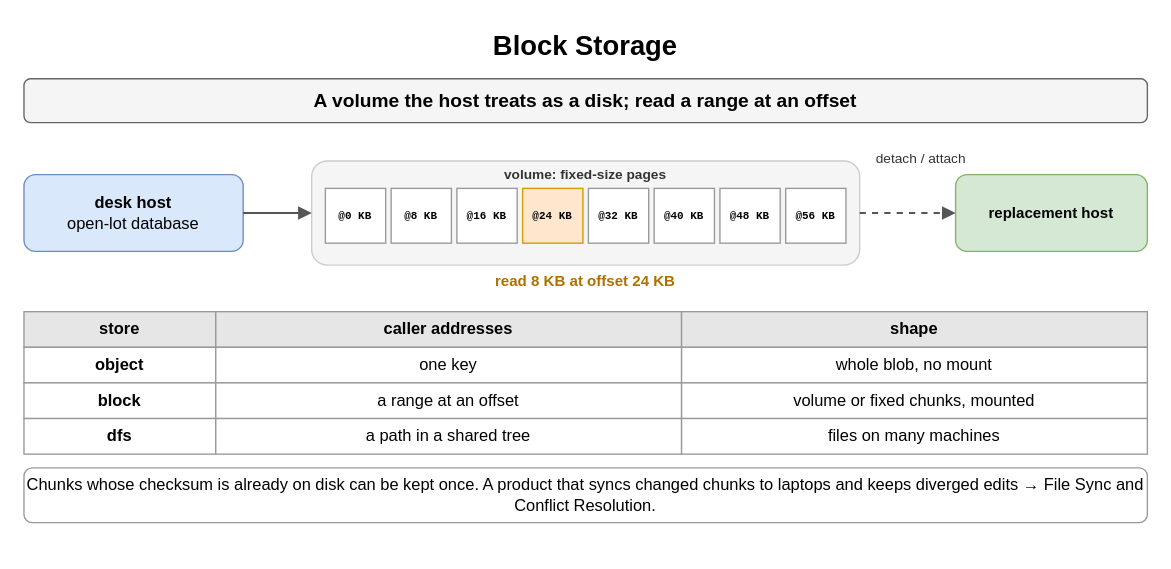
Before: page "Block Storage" (2 of 10) of content/09_System_Design_Interview/13_Storage_and_Data_Processing_at_Scale/diagrams/storage-processing.drawio in amendez13/swe-study-guide, a draw.io diagram. Source tidied: cells renumbered, new cells numbered last; positions are measured from the earlier drawing's top-left corner, leaving out a move shared by most shapes. Both pictures are drawn from the tidied source at 137%, with x=0, y=0 at pixel (23, 23).
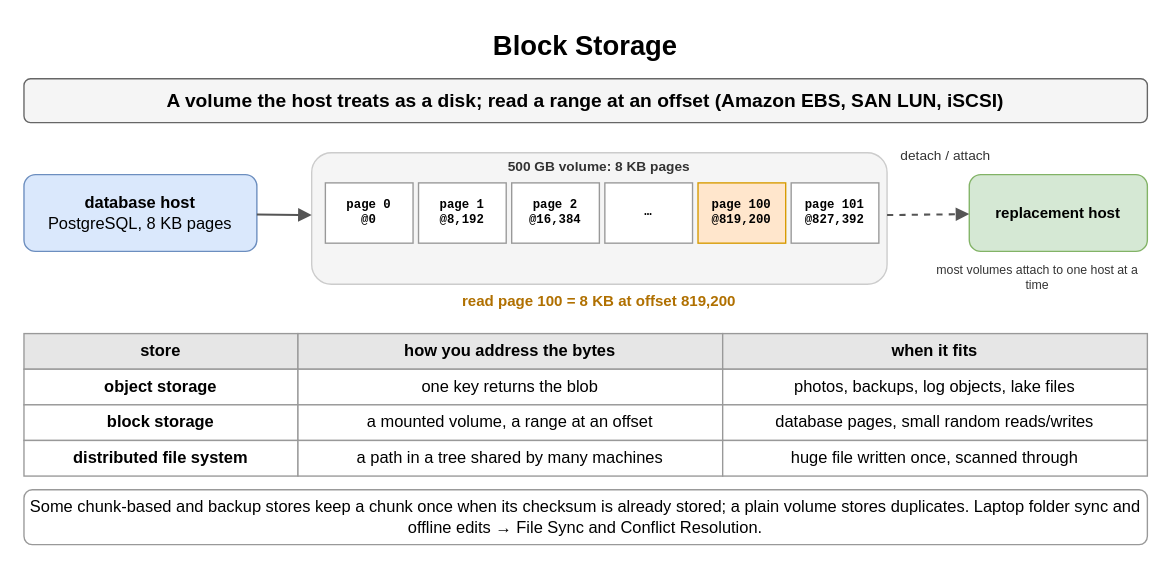
The same page after the edit.

Diff of the diagram source:
```diff
@@
-    <mxCell id="3" value="A volume the host treats as a disk; read a range at an offset" style="rounded=1;whiteSpace=wrap;html=1;fillColor=#f5f5f5;strokeColor=#666666;fontStyle=1;fontSize=14;" parent="1" vertex="1">
+    <mxCell id="3" value="A volume the host treats as a disk; read a range at an offset (Amazon EBS, SAN LUN, iSCSI)" style="rounded=1;whiteSpace=wrap;html=1;fillColor=#f5f5f5;strokeColor=#666666;fontStyle=1;fontSize=14;" parent="1" vertex="1">
       <mxGeometry y="40" width="820" height="32" as="geometry" />
     </mxCell>
-    <mxCell id="4" value="desk host&lt;br&gt;&lt;span style='font-weight:normal'&gt;open-lot database&lt;/span&gt;" style="rounded=1;whiteSpace=wrap;html=1;fillColor=#dae8fc;strokeColor=#6c8ebf;fontSize=12;align=center;fontStyle=1;" parent="1" vertex="1">
-      <mxGeometry y="110" width="160" height="56" as="geometry" />
+    <mxCell id="4" value="database host&lt;br&gt;&lt;span style='font-weight:normal'&gt;PostgreSQL, 8 KB pages&lt;/span&gt;" style="rounded=1;whiteSpace=wrap;html=1;fillColor=#dae8fc;strokeColor=#6c8ebf;fontSize=12;align=center;fontStyle=1;" parent="1" vertex="1">
+      <mxGeometry y="110" width="170" height="56" as="geometry" />
     </mxCell>
     <mxCell id="5" style="rounded=1;whiteSpace=wrap;html=1;fillColor=#f5f5f5;strokeColor=#cccccc;fontSize=12;align=center;fontStyle=1;fontColor=#aaaaaa;" parent="1" vertex="1">
-      <mxGeometry x="210" y="100" width="400" height="76" as="geometry" />
+      <mxGeometry x="210" y="94" width="420" height="96" as="geometry" />
     </mxCell>
-    <mxCell id="6" value="@0 KB" style="rounded=0;whiteSpace=wrap;html=1;fontFamily=Courier New;fontStyle=1;fontSize=13;fillColor=#ffffff;strokeColor=#999999;fontSize=8;" parent="1" vertex="1">
-      <mxGeometry x="220" y="120" width="44" height="40" as="geometry" />
+    <mxCell id="6" value="500 GB volume: 8 KB pages" style="text;html=1;whiteSpace=wrap;fontSize=11;align=center;verticalAlign=middle;fontSize=10;fontColor=#333333;fontStyle=1;" parent="1" vertex="1">
+      <mxGeometry x="210" y="96" width="420" height="16" as="geometry" />
     </mxCell>
-    <mxCell id="7" value="@8 KB" style="rounded=0;whiteSpace=wrap;html=1;fontFamily=Courier New;fontStyle=1;fontSize=13;fillColor=#ffffff;strokeColor=#999999;fontSize=8;" parent="1" vertex="1">
-      <mxGeometry x="268" y="120" width="44" height="40" as="geometry" />
+    <mxCell id="7" value="page 0&lt;br&gt;@0" style="rounded=0;whiteSpace=wrap;html=1;fontFamily=Courier New;fontStyle=1;fontSize=13;fillColor=#ffffff;strokeColor=#999999;fontSize=9;" parent="1" vertex="1">
+      <mxGeometry x="220" y="116" width="64" height="44" as="geometry" />
     </mxCell>
-    <mxCell id="8" value="@16 KB" style="rounded=0;whiteSpace=wrap;html=1;fontFamily=Courier New;fontStyle=1;fontSize=13;fillColor=#ffffff;strokeColor=#999999;fontSize=8;" parent="1" vertex="1">
-      <mxGeometry x="316" y="120" width="44" height="40" as="geometry" />
+    <mxCell id="8" value="page 1&lt;br&gt;@8,192" style="rounded=0;whiteSpace=wrap;html=1;fontFamily=Courier New;fontStyle=1;fontSize=13;fillColor=#ffffff;strokeColor=#999999;fontSize=9;" parent="1" vertex="1">
+      <mxGeometry x="288" y="116" width="64" height="44" as="geometry" />
     </mxCell>
-    <mxCell id="9" value="@24 KB" style="rounded=0;whiteSpace=wrap;html=1;fontFamily=Courier New;fontStyle=1;fontSize=13;fillColor=#ffe6cc;strokeColor=#d79b00;fontSize=8;" parent="1" vertex="1">
-      <mxGeometry x="364" y="120" width="44" height="40" as="geometry" />
+    <mxCell id="9" value="page 2&lt;br&gt;@16,384" style="rounded=0;whiteSpace=wrap;html=1;fontFamily=Courier New;fontStyle=1;fontSize=13;fillColor=#ffffff;strokeColor=#999999;fontSize=9;" parent="1" vertex="1">
+      <mxGeometry x="356" y="116" width="64" height="44" as="geometry" />
     </mxCell>
-    <mxCell id="10" value="@32 KB" style="rounded=0;whiteSpace=wrap;html=1;fontFamily=Courier New;fontStyle=1;fontSize=13;fillColor=#ffffff;strokeColor=#999999;fontSize=8;" parent="1" vertex="1">
-      <mxGeometry x="412" y="120" width="44" height="40" as="geometry" />
+    <mxCell id="10" value="…" style="rounded=0;whiteSpace=wrap;html=1;fontFamily=Courier New;fontStyle=1;fontSize=13;fillColor=#ffffff;strokeColor=#999999;fontSize=9;" parent="1" vertex="1">
+      <mxGeometry x="424" y="116" width="64" height="44" as="geometry" />
     </mxCell>
-    <mxCell id="11" value="@40 KB" style="rounded=0;whiteSpace=wrap;html=1;fontFamily=Courier New;fontStyle=1;fontSize=13;fillColor=#ffffff;strokeColor=#999999;fontSize=8;" parent="1" vertex="1">
-      <mxGeometry x="460" y="120" width="44" height="40" as="geometry" />
+    <mxCell id="11" value="page 100&lt;br&gt;@819,200" style="rounded=0;whiteSpace=wrap;html=1;fontFamily=Courier New;fontStyle=1;fontSize=13;fillColor=#ffe6cc;strokeColor=#d79b00;fontSize=9;" parent="1" vertex="1">
+      <mxGeometry x="492" y="116" width="64" height="44" as="geometry" />
     </mxCell>
-    <mxCell id="12" value="@48 KB" style="rounded=0;whiteSpace=wrap;html=1;fontFamily=Courier New;fontStyle=1;fontSize=13;fillColor=#ffffff;strokeColor=#999999;fontSize=8;" parent="1" vertex="1">
-      <mxGeometry x="508" y="120" width="44" height="40" as="geometry" />
+    <mxCell id="12" value="page 101&lt;br&gt;@827,392" style="rounded=0;whiteSpace=wrap;html=1;fontFamily=Courier New;fontStyle=1;fontSize=13;fillColor=#ffffff;strokeColor=#999999;fontSize=9;" parent="1" vertex="1">
+      <mxGeometry x="560" y="116" width="64" height="44" as="geometry" />
     </mxCell>
-    <mxCell id="13" value="@56 KB" style="rounded=0;whiteSpace=wrap;html=1;fontFamily=Courier New;fontStyle=1;fontSize=13;fillColor=#ffffff;strokeColor=#999999;fontSize=8;" parent="1" vertex="1">
-      <mxGeometry x="556" y="120" width="44" height="40" as="geometry" />
+    <mxCell id="13" style="endArrow=block;endSize=6;html=1;strokeWidth=1.5;strokeColor=#555555;fontSize=11;labelBackgroundColor=#ffffff;" parent="1" edge="1" source="4" target="5">
+      <mxGeometry relative="1" as="geometry" />
     </mxCell>
-    <mxCell id="14" value="volume: fixed-size pages" style="text;html=1;whiteSpace=wrap;fontSize=11;align=center;verticalAlign=middle;fontSize=10;fontColor=#333333;fontStyle=1;" parent="1" vertex="1">
-      <mxGeometry x="210" y="102" width="400" height="16" as="geometry" />
+    <mxCell id="14" value="read page 100 = 8 KB at offset 819,200" style="text;html=1;whiteSpace=wrap;fontSize=11;align=center;verticalAlign=middle;fontSize=11;fontColor=#b07000;fontStyle=1;" parent="1" vertex="1">
+      <mxGeometry x="210" y="194" width="420" height="16" as="geometry" />
     </mxCell>
-    <mxCell id="15" style="endArrow=block;endSize=6;html=1;strokeWidth=1.5;strokeColor=#555555;fontSize=11;labelBackgroundColor=#ffffff;" parent="1" edge="1" source="4" target="5">
-      <mxGeometry relative="1" as="geometry" />
+    <mxCell id="15" value="replacement host" style="rounded=1;whiteSpace=wrap;html=1;fillColor=#d5e8d4;strokeColor=#82b366;fontSize=11;align=center;fontStyle=1;" parent="1" vertex="1">
+      <mxGeometry x="690" y="110" width="130" height="56" as="geometry" />
     </mxCell>
-    <mxCell id="16" value="read 8 KB at offset 24 KB" style="text;html=1;whiteSpace=wrap;fontSize=11;align=center;verticalAlign=middle;fontSize=11;fontColor=#b07000;fontStyle=1;" parent="1" vertex="1">
-      <mxGeometry x="210" y="180" width="400" height="16" as="geometry" />
+    <mxCell id="16" style="endArrow=block;endSize=6;html=1;strokeWidth=1.5;strokeColor=#555555;fontSize=11;labelBackgroundColor=#ffffff;dashed=1;" parent="1" edge="1" source="5" target="15">
+      <mxGeometry relative="1" as="geometry" />
     </mxCell>
-    <mxCell id="17" value="replacement host" style="rounded=1;whiteSpace=wrap;html=1;fillColor=#d5e8d4;strokeColor=#82b366;fontSize=11;align=center;fontStyle=1;" parent="1" vertex="1">
-      <mxGeometry x="680" y="110" width="140" height="56" as="geometry" />
+    <mxCell id="17" value="detach / attach" style="text;html=1;whiteSpace=wrap;fontSize=11;align=center;verticalAlign=middle;fontSize=10;fontColor=#333333;" parent="1" vertex="1">
+      <mxGeometry x="628" y="88" width="90" height="16" as="geometry" />
     </mxCell>
-    <mxCell id="18" style="endArrow=block;endSize=6;html=1;strokeWidth=1.5;strokeColor=#555555;fontSize=11;labelBackgroundColor=#ffffff;dashed=1;" parent="1" edge="1" source="5" target="17">
-      <mxGeometry relative="1" as="geometry" />
+    <mxCell id="18" value="most volumes attach to one host at a time" style="text;html=1;whiteSpace=wrap;fontSize=11;align=center;verticalAlign=middle;fontSize=9;fontColor=#333333;" parent="1" vertex="1">
+      <mxGeometry x="660" y="170" width="160" height="30" as="geometry" />
     </mxCell>
-    <mxCell id="19" value="detach / attach" style="text;html=1;whiteSpace=wrap;fontSize=11;align=center;verticalAlign=middle;fontSize=10;fontColor=#333333;" parent="1" vertex="1">
-      <mxGeometry x="610" y="90" width="90" height="16" as="geometry" />
+    <mxCell id="19" value="store" style="whiteSpace=wrap;html=1;fillColor=#e6e6e6;strokeColor=#999999;fontStyle=1;fontSize=12;" parent="1" vertex="1">
+      <mxGeometry y="226" width="200" height="26" as="geometry" />
     </mxCell>
-    <mxCell id="20" value="store" style="whiteSpace=wrap;html=1;fillColor=#e6e6e6;strokeColor=#999999;fontStyle=1;fontSize=12;" parent="1" vertex="1">
-      <mxGeometry y="210" width="140" height="26" as="geometry" />
+    <mxCell id="20" value="how you address the bytes" style="whiteSpace=wrap;html=1;fillColor=#e6e6e6;strokeColor=#999999;fontStyle=1;fontSize=12;" parent="1" vertex="1">
+      <mxGeometry x="200" y="226" width="310" height="26" as="geometry" />
     </mxCell>
-    <mxCell id="21" value="caller addresses" style="whiteSpace=wrap;html=1;fillColor=#e6e6e6;strokeColor=#999999;fontStyle=1;fontSize=12;" parent="1" vertex="1">
-      <mxGeometry x="140" y="210" width="340" height="26" as="geometry" />
+    <mxCell id="21" value="when it fits" style="whiteSpace=wrap;html=1;fillColor=#e6e6e6;strokeColor=#999999;fontStyle=1;fontSize=12;" parent="1" vertex="1">
+      <mxGeometry x="510" y="226" width="310" height="26" as="geometry" />
     </mxCell>
-    <mxCell id="22" value="shape" style="whiteSpace=wrap;html=1;fillColor=#e6e6e6;strokeColor=#999999;fontStyle=1;fontSize=12;" parent="1" vertex="1">
-      <mxGeometry x="480" y="210" width="340" height="26" as="geometry" />
+    <mxCell id="22" value="object storage" style="whiteSpace=wrap;html=1;strokeColor=#999999;fontSize=12;fillColor=#ffffff;fontStyle=1;" parent="1" vertex="1">
+      <mxGeometry y="252" width="200" height="26" as="geometry" />
     </mxCell>
-    <mxCell id="23" value="object" style="whiteSpace=wrap;html=1;strokeColor=#999999;fontSize=12;fillColor=#ffffff;fontStyle=1;" parent="1" vertex="1">
-      <mxGeometry y="236" width="140" height="26" as="geometry" />
+    <mxCell id="23" value="one key returns the blob" style="whiteSpace=wrap;html=1;strokeColor=#999999;fontSize=12;fillColor=#ffffff;" parent="1" vertex="1">
+      <mxGeometry x="200" y="252" width="310" height="26" as="geometry" />
     </mxCell>
-    <mxCell id="24" value="one key" style="whiteSpace=wrap;html=1;strokeColor=#999999;fontSize=12;fillColor=#ffffff;" parent="1" vertex="1">
-      <mxGeometry x="140" y="236" width="340" height="26" as="geometry" />
+    <mxCell id="24" value="photos, backups, log objects, lake files" style="whiteSpace=wrap;html=1;strokeColor=#999999;fontSize=12;fillColor=#ffffff;" parent="1" vertex="1">
+      <mxGeometry x="510" y="252" width="310" height="26" as="geometry" />
     </mxCell>
-    <mxCell id="25" value="whole blob, no mount" style="whiteSpace=wrap;html=1;strokeColor=#999999;fontSize=12;fillColor=#ffffff;" parent="1" vertex="1">
-      <mxGeometry x="480" y="236" width="340" height="26" as="geometry" />
+    <mxCell id="25" value="block storage" style="whiteSpace=wrap;html=1;strokeColor=#999999;fontSize=12;fillColor=#ffffff;fontStyle=1;" parent="1" vertex="1">
+      <mxGeometry y="278" width="200" height="26" as="geometry" />
     </mxCell>
-    <mxCell id="26" value="block" style="whiteSpace=wrap;html=1;strokeColor=#999999;fontSize=12;fillColor=#ffffff;fontStyle=1;" parent="1" vertex="1">
-      <mxGeometry y="262" width="140" height="26" as="geometry" />
+    <mxCell id="26" value="a mounted volume, a range at an offset" style="whiteSpace=wrap;html=1;strokeColor=#999999;fontSize=12;fillColor=#ffffff;" parent="1" vertex="1">
+      <mxGeometry x="200" y="278" width="310" height="26" as="geometry" />
     </mxCell>
-    <mxCell id="27" value="a range at an offset" style="whiteSpace=wrap;html=1;strokeColor=#999999;fontSize=12;fillColor=#ffffff;" parent="1" vertex="1">
-      <mxGeometry x="140" y="262" width="340" height="26" as="geometry" />
+    <mxCell id="27" value="database pages, small random reads/writes" style="whiteSpace=wrap;html=1;strokeColor=#999999;fontSize=12;fillColor=#ffffff;" parent="1" vertex="1">
+      <mxGeometry x="510" y="278" width="310" height="26" as="geometry" />
     </mxCell>
-    <mxCell id="28" value="volume or fixed chunks, mounted" style="whiteSpace=wrap;html=1;strokeColor=#999999;fontSize=12;fillColor=#ffffff;" parent="1" vertex="1">
-      <mxGeometry x="480" y="262" width="340" height="26" as="geometry" />
+    <mxCell id="28" value="distributed file system" style="whiteSpace=wrap;html=1;strokeColor=#999999;fontSize=12;fillColor=#ffffff;fontStyle=1;" parent="1" vertex="1">
+      <mxGeometry y="304" width="200" height="26" as="geometry" />
     </mxCell>
-    <mxCell id="29" value="dfs" style="whiteSpace=wrap;html=1;strokeColor=#999999;fontSize=12;fillColor=#ffffff;fontStyle=1;" parent="1" vertex="1">
-      <mxGeometry y="288" width="140" height="26" as="geometry" />
+    <mxCell id="29" value="a path in a tree shared by many machines" style="whiteSpace=wrap;html=1;strokeColor=#999999;fontSize=12;fillColor=#ffffff;" parent="1" vertex="1">
+      <mxGeometry x="200" y="304" width="310" height="26" as="geometry" />
     </mxCell>
-    <mxCell id="30" value="a path in a shared tree" style="whiteSpace=wrap;html=1;strokeColor=#999999;fontSize=12;fillColor=#ffffff;" parent="1" vertex="1">
-      <mxGeometry x="140" y="288" width="340" height="26" as="geometry" />
+    <mxCell id="30" value="huge file written once, scanned through" style="whiteSpace=wrap;html=1;strokeColor=#999999;fontSize=12;fillColor=#ffffff;" parent="1" vertex="1">
+      <mxGeometry x="510" y="304" width="310" height="26" as="geometry" />
     </mxCell>
-    <mxCell id="31" value="files on many machines" style="whiteSpace=wrap;html=1;strokeColor=#999999;fontSize=12;fillColor=#ffffff;" parent="1" vertex="1">
-      <mxGeometry x="480" y="288" width="340" height="26" as="geometry" />
+    <mxCell id="31" value="Some chunk-based and backup stores keep a chunk once when its checksum is already stored; a plain volume stores duplicates. Laptop folder sync and offline edits → File Sync and Conflict Resolution." style="rounded=1;whiteSpace=wrap;html=1;fillColor=#ffffff;strokeColor=#999999;fontSize=12;align=center;" parent="1" vertex="1">
+      <mxGeometry y="340" width="820" height="40" as="geometry" />
     </mxCell>
-    <mxCell id="32" value="Chunks whose checksum is already on disk can be kept once. A product that syncs changed chunks to laptops and keeps diverged edits → File Sync and Conflict Resolution." style="rounded=1;whiteSpace=wrap;html=1;fillColor=#ffffff;strokeColor=#999999;fontSize=12;align=center;" parent="1" vertex="1">
-      <mxGeometry y="324" width="820" height="40" as="geometry" />
-    </mxCell>
```
